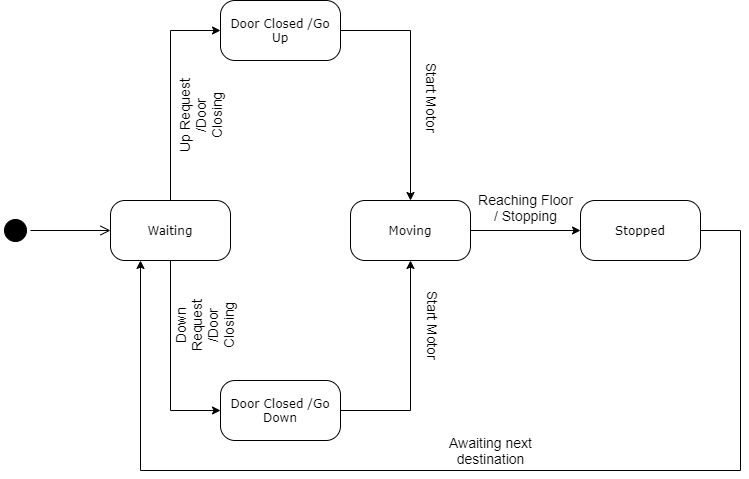
Above: Iteration2 State Diagrams/SYSC3303 Iteration 2 Elevator State Diagram.png in markosimicc/SYSC3303-Project (draw.io), before the change. Source tidied: cells renumbered, new cells last; positions are measured from the earlier drawing's top-left corner, leaving out a move shared by most shapes.
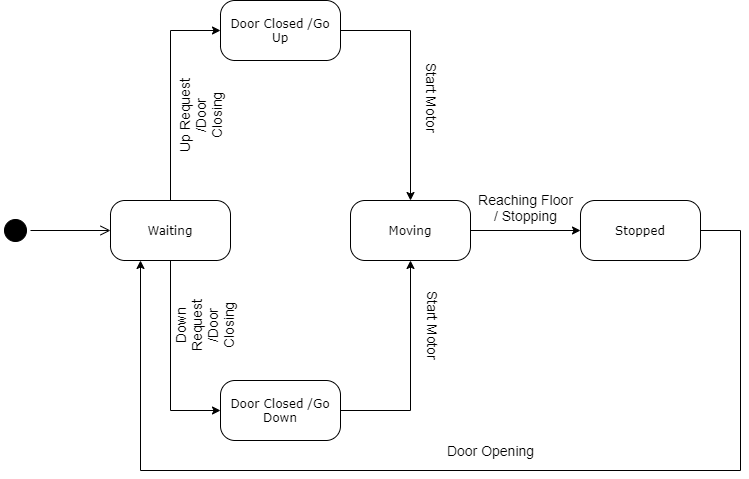
Later version of the same file.

Commit message:
Updated Elevator State Diagram #2

Diff of the diagram source:
```diff
@@ -62,7 +62,7 @@
     <mxCell id="19" value="&lt;font style=&quot;font-size: 14px&quot;&gt;Start Motor&lt;/font&gt;" style="text;html=1;strokeColor=none;fillColor=none;align=center;verticalAlign=middle;whiteSpace=wrap;rounded=0;rotation=90;" parent="1" vertex="1">
       <mxGeometry x="390" y="315" width="85" height="20" as="geometry" />
     </mxCell>
-    <mxCell id="20" value="&lt;span style=&quot;font-size: 14px&quot;&gt;Awaiting next destination&lt;/span&gt;" style="text;html=1;strokeColor=none;fillColor=none;align=center;verticalAlign=middle;whiteSpace=wrap;rounded=0;" parent="1" vertex="1">
+    <mxCell id="20" value="&lt;span style=&quot;font-size: 14px&quot;&gt;Door Opening&lt;/span&gt;" style="text;html=1;strokeColor=none;fillColor=none;align=center;verticalAlign=middle;whiteSpace=wrap;rounded=0;" parent="1" vertex="1">
       <mxGeometry x="440" y="440" width="101" height="20" as="geometry" />
     </mxCell>
   </root>
```
